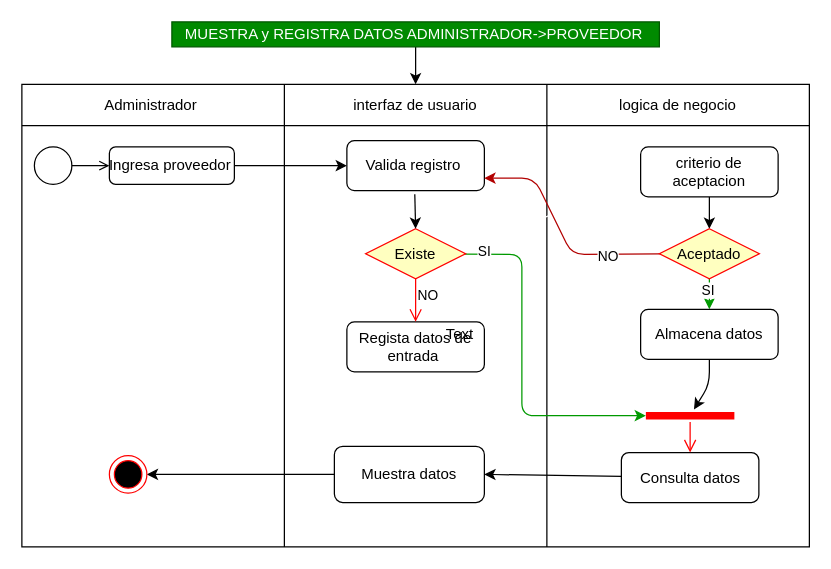
Before: Diagramas_Actividad/DAA.4.1.drawio in DavidArtavia/Activity_Diagram-, a draw.io diagram. Source tidied: cells renumbered, new cells numbered last; positions are measured from the earlier drawing's top-left corner, leaving out a move shared by most shapes. Both pictures are drawn from the tidied source at 125%, with x=0, y=0 at pixel (21, 21).
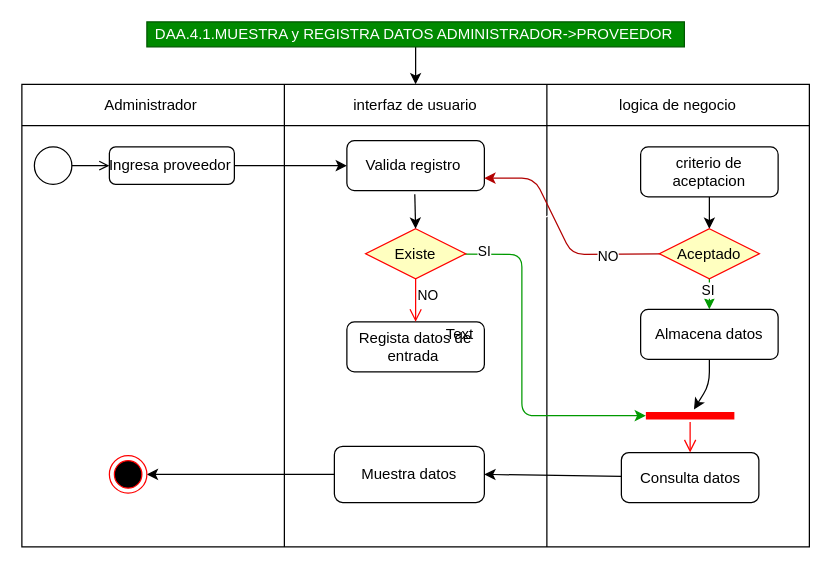
After the change.

The edit, as a diff of the source:
```diff
@@
-    <mxCell id="39" value="MUESTRA y REGISTRA DATOS ADMINISTRADOR-&amp;gt;PROVEEDOR&amp;nbsp;" style="text;html=1;align=center;verticalAlign=middle;points=[];rounded=0;fillColor=#008a00;fontColor=#ffffff;strokeColor=#005700;" parent="1" vertex="1">
-      <mxGeometry x="120" width="390" height="20" as="geometry" />
+    <mxCell id="39" value="DAA.4.1.MUESTRA y REGISTRA DATOS ADMINISTRADOR-&amp;gt;PROVEEDOR&amp;nbsp;" style="text;html=1;align=center;verticalAlign=middle;points=[];rounded=0;fillColor=#008a00;fontColor=#ffffff;strokeColor=#005700;" parent="1" vertex="1">
+      <mxGeometry x="100" width="430" height="20" as="geometry" />
     </mxCell>
```
